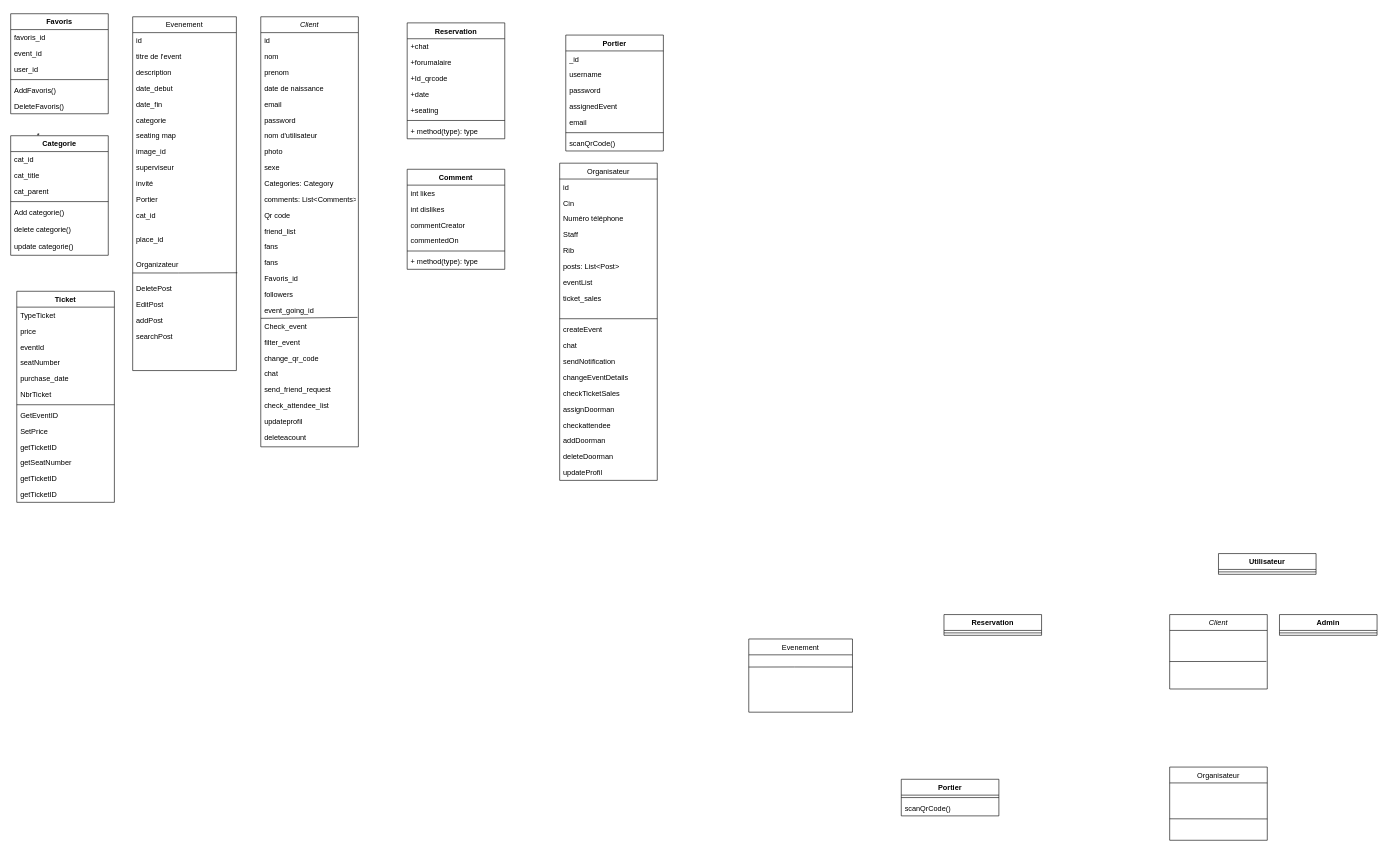
Earlier version of the draw.io diagram Digram de Classe/wassim_classe.drawio (mohamedimem/event-). Source tidied: cells renumbered, new cells numbered last; positions are measured from the earlier drawing's top-left corner, leaving out a move shared by most shapes. Both pictures are drawn from the tidied source at 61%, with x=0, y=0 at pixel (10, 10).
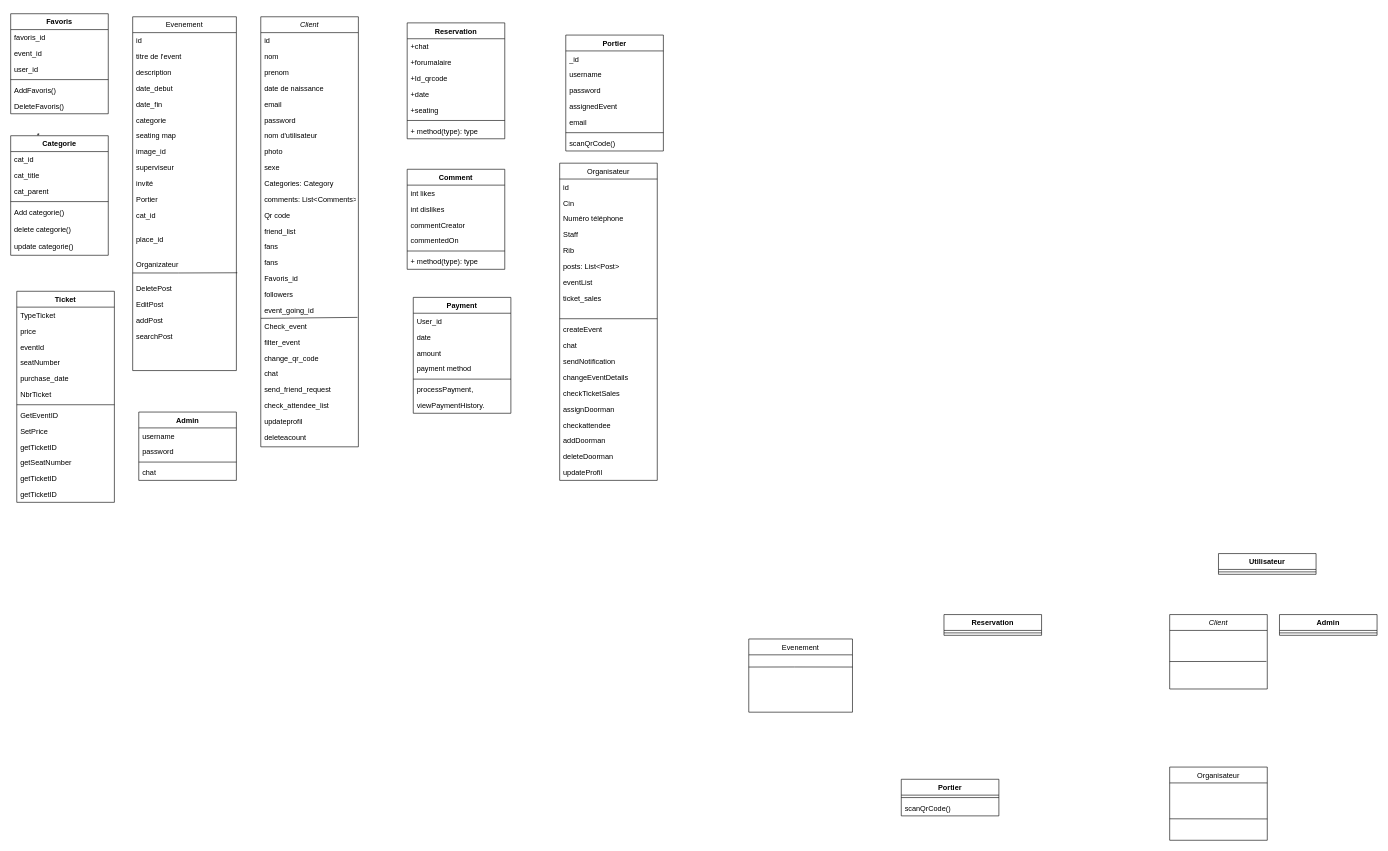
Above is the later version.

Commit message (it also covers changes not shown here):
Mettre à jour wassim_classe.drawio

Diff of the diagram source:
```diff
@@
+    <mxCell id="140" value="Admin" style="swimlane;fontStyle=1;align=center;verticalAlign=top;horizontal=1;startSize=26;html=0;" parent="1" vertex="1">
+      <mxGeometry x="210" y="658" width="160" height="112" as="geometry" />
+    </mxCell>
+    <mxCell id="141" value="username" style="text;strokeColor=none;fillColor=none;align=left;verticalAlign=top;spacingLeft=4;spacingRight=4;overflow=hidden;" parent="140" vertex="1">
+      <mxGeometry y="26" width="160" height="26" as="geometry" />
+    </mxCell>
+    <mxCell id="142" value="password" style="text;strokeColor=none;fillColor=none;align=left;verticalAlign=top;spacingLeft=4;spacingRight=4;overflow=hidden;" parent="140" vertex="1">
+      <mxGeometry y="52" width="160" height="26" as="geometry" />
+    </mxCell>
+    <mxCell id="143" style="line;strokeWidth=1;fillColor=none;align=left;verticalAlign=middle;spacingTop=-1;spacingLeft=3;spacingRight=3;labelPosition=right;strokeColor=inherit;html=0;" parent="140" vertex="1">
+      <mxGeometry y="78" width="160" height="8" as="geometry" />
+    </mxCell>
+    <mxCell id="144" value="chat" style="text;strokeColor=none;fillColor=none;align=left;verticalAlign=top;spacingLeft=4;spacingRight=4;overflow=hidden;" parent="140" vertex="1">
+      <mxGeometry y="86" width="160" height="26" as="geometry" />
+    </mxCell>
+    <mxCell id="145" value="Payment" style="swimlane;fontStyle=1;align=center;verticalAlign=top;horizontal=1;startSize=26;" parent="1" vertex="1">
+      <mxGeometry x="660" y="470" width="160" height="190" as="geometry" />
+    </mxCell>
+    <mxCell id="146" value="User_id" style="text;strokeColor=none;fillColor=none;align=left;verticalAlign=top;spacingLeft=4;spacingRight=4;overflow=hidden;" parent="145" vertex="1">
+      <mxGeometry y="26" width="160" height="26" as="geometry" />
+    </mxCell>
+    <mxCell id="147" value="date" style="text;strokeColor=none;fillColor=none;align=left;verticalAlign=top;spacingLeft=4;spacingRight=4;overflow=hidden;" parent="145" vertex="1">
+      <mxGeometry y="52" width="160" height="26" as="geometry" />
+    </mxCell>
+    <mxCell id="148" value="amount" style="text;strokeColor=none;fillColor=none;align=left;verticalAlign=top;spacingLeft=4;spacingRight=4;overflow=hidden;" parent="145" vertex="1">
+      <mxGeometry y="78" width="160" height="26" as="geometry" />
+    </mxCell>
+    <mxCell id="149" value="payment method&#10;" style="text;strokeColor=none;fillColor=none;align=left;verticalAlign=top;spacingLeft=4;spacingRight=4;overflow=hidden;" parent="145" vertex="1">
+      <mxGeometry y="104" width="160" height="26" as="geometry" />
+    </mxCell>
+    <mxCell id="150" style="line;strokeWidth=1;fillColor=none;align=left;verticalAlign=middle;spacingTop=-1;spacingLeft=3;spacingRight=3;labelPosition=right;strokeColor=inherit;" parent="145" vertex="1">
+      <mxGeometry y="130" width="160" height="8" as="geometry" />
+    </mxCell>
+    <mxCell id="151" value="processPayment, " style="text;strokeColor=none;fillColor=none;align=left;verticalAlign=top;spacingLeft=4;spacingRight=4;overflow=hidden;" parent="145" vertex="1">
+      <mxGeometry y="138" width="160" height="26" as="geometry" />
+    </mxCell>
+    <mxCell id="152" value="viewPaymentHistory.&#10;&#10;" style="text;strokeColor=none;fillColor=none;align=left;verticalAlign=top;spacingLeft=4;spacingRight=4;overflow=hidden;" parent="145" vertex="1">
+      <mxGeometry y="164" width="160" height="26" as="geometry" />
+    </mxCell>
```
